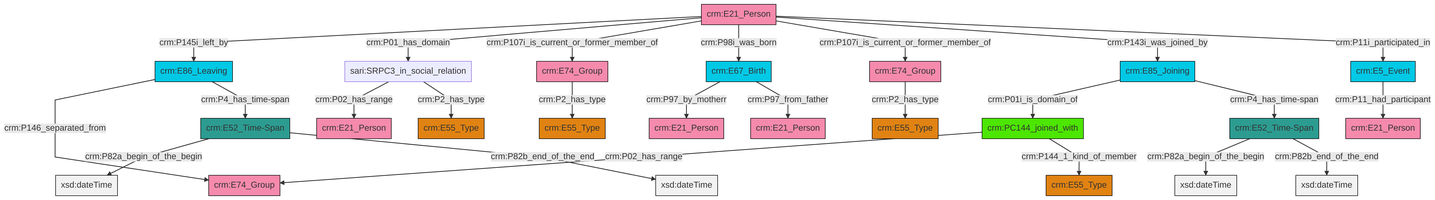
swiss-art-research-net/reference-data-models keeps this Mermaid diagram as et/personCSV/ttl/mmd/png/Person_Actor_Relations.png. Above is the earlier version. Its source is kept beside it as et/personCSV/ttl/mmd/Person_Actor_Relations.ttl.mmd.
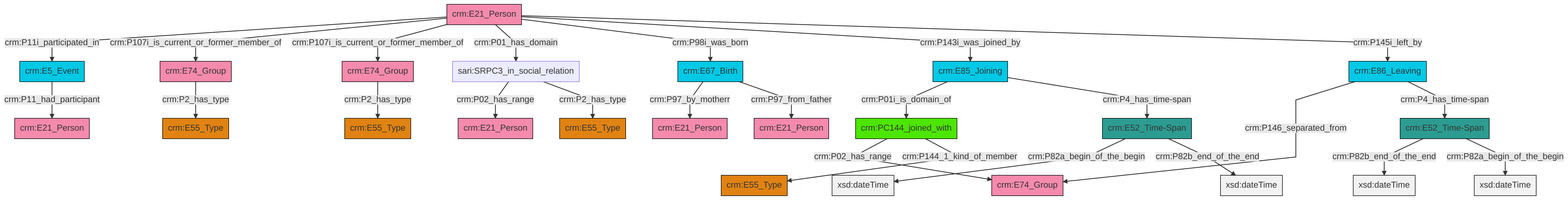
After the change.

The edit, as a diff of the source:
```diff
@@ -13,27 +13,27 @@
 classDef PC_Classes fill:#4ce600, stroke:#000000;
 classDef Multi fill:#cccccc,stroke:#000000;
 
-2["sari:SRPC3_in_social_relation"]:::Default -->|crm:P02_has_range| 0["crm:E21_Person"]:::Actor
-3["crm:E5_Event"]:::Temporal_Entity -->|crm:P11_had_participant| 4["crm:E21_Person"]:::Actor
-5["crm:E85_Joining"]:::Temporal_Entity -->|crm:P01i_is_domain_of| 6["crm:PC144_joined_with"]:::PC_Classes
-6["crm:PC144_joined_with"]:::PC_Classes -->|crm:P02_has_range| 7["crm:E74_Group"]:::Actor
-14["crm:E21_Person"]:::Actor -->|crm:P145i_left_by| 16["crm:E86_Leaving"]:::Temporal_Entity
-14["crm:E21_Person"]:::Actor -->|crm:P01_has_domain| 2["sari:SRPC3_in_social_relation"]:::Default
-16["crm:E86_Leaving"]:::Temporal_Entity -->|crm:P146_separated_from| 7["crm:E74_Group"]:::Actor
-17["crm:E67_Birth"]:::Temporal_Entity -->|crm:P97_by_motherr| 20["crm:E21_Person"]:::Actor
-2["sari:SRPC3_in_social_relation"]:::Default -->|crm:P2_has_type| 21["crm:E55_Type"]:::Type
-14["crm:E21_Person"]:::Actor -->|crm:P107i_is_current_or_former_member_of| 22["crm:E74_Group"]:::Actor
-16["crm:E86_Leaving"]:::Temporal_Entity -->|crm:P4_has_time-span| 10["crm:E52_Time-Span"]:::Time-Span
-14["crm:E21_Person"]:::Actor -->|crm:P98i_was_born| 17["crm:E67_Birth"]:::Temporal_Entity
-6["crm:PC144_joined_with"]:::PC_Classes -->|crm:P144_1_kind_of_member| 27["crm:E55_Type"]:::Type
-17["crm:E67_Birth"]:::Temporal_Entity -->|crm:P97_from_father| 31["crm:E21_Person"]:::Actor
-22["crm:E74_Group"]:::Actor -->|crm:P2_has_type| 28["crm:E55_Type"]:::Type
-8["crm:E52_Time-Span"]:::Time-Span -->|crm:P82a_begin_of_the_begin| 32[xsd:dateTime]:::Literal
-8["crm:E52_Time-Span"]:::Time-Span -->|crm:P82b_end_of_the_end| 34[xsd:dateTime]:::Literal
-10["crm:E52_Time-Span"]:::Time-Span -->|crm:P82a_begin_of_the_begin| 35[xsd:dateTime]:::Literal
-14["crm:E21_Person"]:::Actor -->|crm:P107i_is_current_or_former_member_of| 36["crm:E74_Group"]:::Actor
-5["crm:E85_Joining"]:::Temporal_Entity -->|crm:P4_has_time-span| 8["crm:E52_Time-Span"]:::Time-Span
-14["crm:E21_Person"]:::Actor -->|crm:P143i_was_joined_by| 5["crm:E85_Joining"]:::Temporal_Entity
-14["crm:E21_Person"]:::Actor -->|crm:P11i_participated_in| 3["crm:E5_Event"]:::Temporal_Entity
-36["crm:E74_Group"]:::Actor -->|crm:P2_has_type| 12["crm:E55_Type"]:::Type
-10["crm:E52_Time-Span"]:::Time-Span -->|crm:P82b_end_of_the_end| 44[xsd:dateTime]:::Literal
+0["crm:E21_Person"]:::Actor -->|crm:P11i_participated_in| 1["crm:E5_Event"]:::Temporal_Entity
+0["crm:E21_Person"]:::Actor -->|crm:P107i_is_current_or_former_member_of| 4["crm:E74_Group"]:::Actor
+7["crm:E52_Time-Span"]:::Time-Span -->|crm:P82a_begin_of_the_begin| 8[xsd:dateTime]:::Literal
+9["crm:PC144_joined_with"]:::PC_Classes -->|crm:P02_has_range| 10["crm:E74_Group"]:::Actor
+9["crm:PC144_joined_with"]:::PC_Classes -->|crm:P144_1_kind_of_member| 11["crm:E55_Type"]:::Type
+5["crm:E86_Leaving"]:::Temporal_Entity -->|crm:P146_separated_from| 10["crm:E74_Group"]:::Actor
+17["crm:E67_Birth"]:::Temporal_Entity -->|crm:P97_by_motherr| 18["crm:E21_Person"]:::Actor
+19["crm:E52_Time-Span"]:::Time-Span -->|crm:P82b_end_of_the_end| 20[xsd:dateTime]:::Literal
+21["sari:SRPC3_in_social_relation"]:::Default -->|crm:P02_has_range| 22["crm:E21_Person"]:::Actor
+7["crm:E52_Time-Span"]:::Time-Span -->|crm:P82b_end_of_the_end| 24[xsd:dateTime]:::Literal
+19["crm:E52_Time-Span"]:::Time-Span -->|crm:P82a_begin_of_the_begin| 27[xsd:dateTime]:::Literal
+21["sari:SRPC3_in_social_relation"]:::Default -->|crm:P2_has_type| 28["crm:E55_Type"]:::Type
+4["crm:E74_Group"]:::Actor -->|crm:P2_has_type| 29["crm:E55_Type"]:::Type
+0["crm:E21_Person"]:::Actor -->|crm:P107i_is_current_or_former_member_of| 30["crm:E74_Group"]:::Actor
+14["crm:E85_Joining"]:::Temporal_Entity -->|crm:P01i_is_domain_of| 9["crm:PC144_joined_with"]:::PC_Classes
+30["crm:E74_Group"]:::Actor -->|crm:P2_has_type| 12["crm:E55_Type"]:::Type
+5["crm:E86_Leaving"]:::Temporal_Entity -->|crm:P4_has_time-span| 19["crm:E52_Time-Span"]:::Time-Span
+0["crm:E21_Person"]:::Actor -->|crm:P01_has_domain| 21["sari:SRPC3_in_social_relation"]:::Default
+14["crm:E85_Joining"]:::Temporal_Entity -->|crm:P4_has_time-span| 7["crm:E52_Time-Span"]:::Time-Span
+17["crm:E67_Birth"]:::Temporal_Entity -->|crm:P97_from_father| 2["crm:E21_Person"]:::Actor
+0["crm:E21_Person"]:::Actor -->|crm:P98i_was_born| 17["crm:E67_Birth"]:::Temporal_Entity
+0["crm:E21_Person"]:::Actor -->|crm:P143i_was_joined_by| 14["crm:E85_Joining"]:::Temporal_Entity
+1["crm:E5_Event"]:::Temporal_Entity -->|crm:P11_had_participant| 25["crm:E21_Person"]:::Actor
+0["crm:E21_Person"]:::Actor -->|crm:P145i_left_by| 5["crm:E86_Leaving"]:::Temporal_Entity
```
